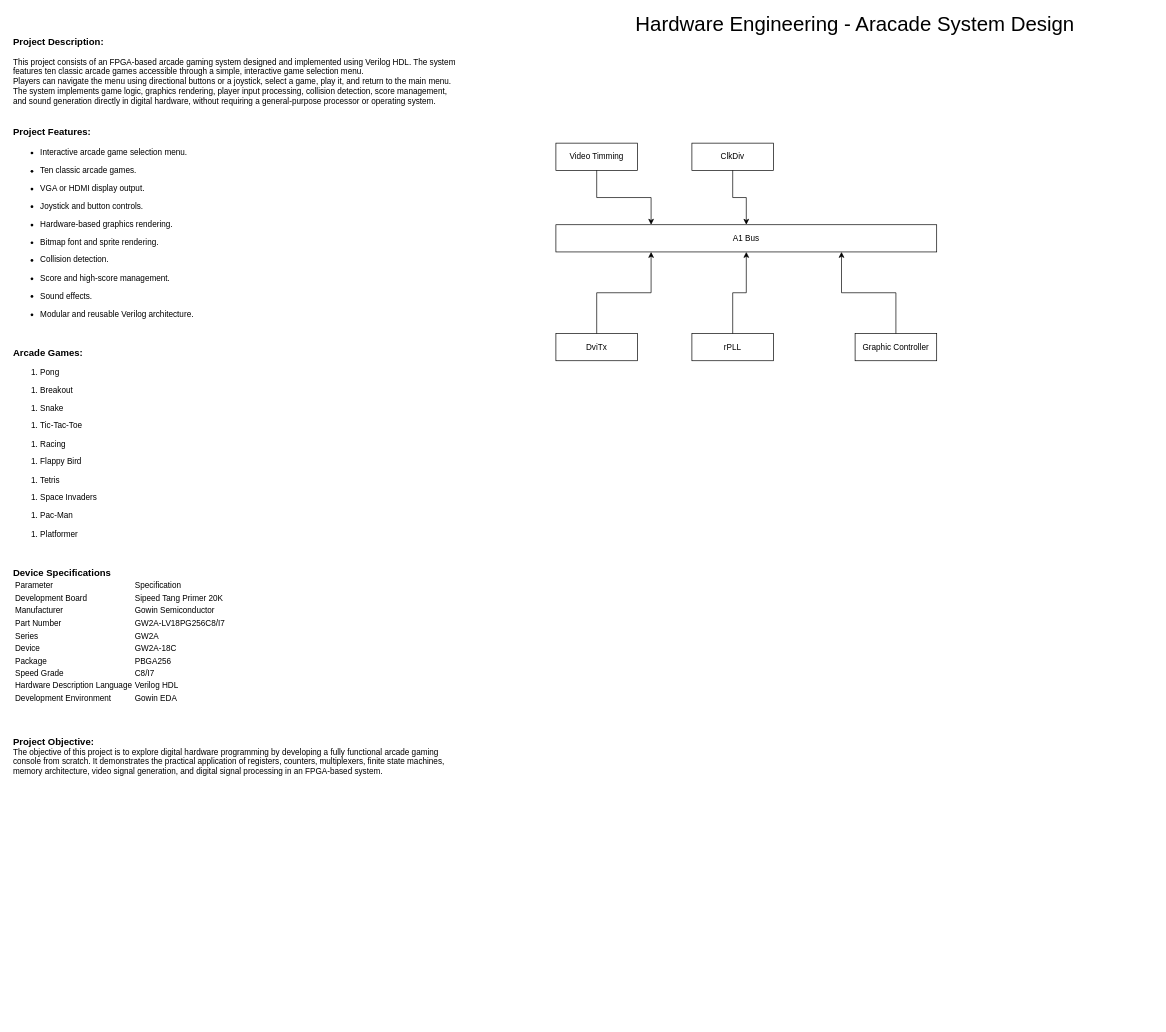
Earlier version of the draw.io diagram Arcade.drawio (brilliantnarlo/system-design-os). Source tidied: cells renumbered, new cells numbered last; positions are measured from the earlier drawing's top-left corner, leaving out a move shared by most shapes. Both pictures are drawn from the tidied source at 68%, with x=0, y=0 at pixel (12, 14).
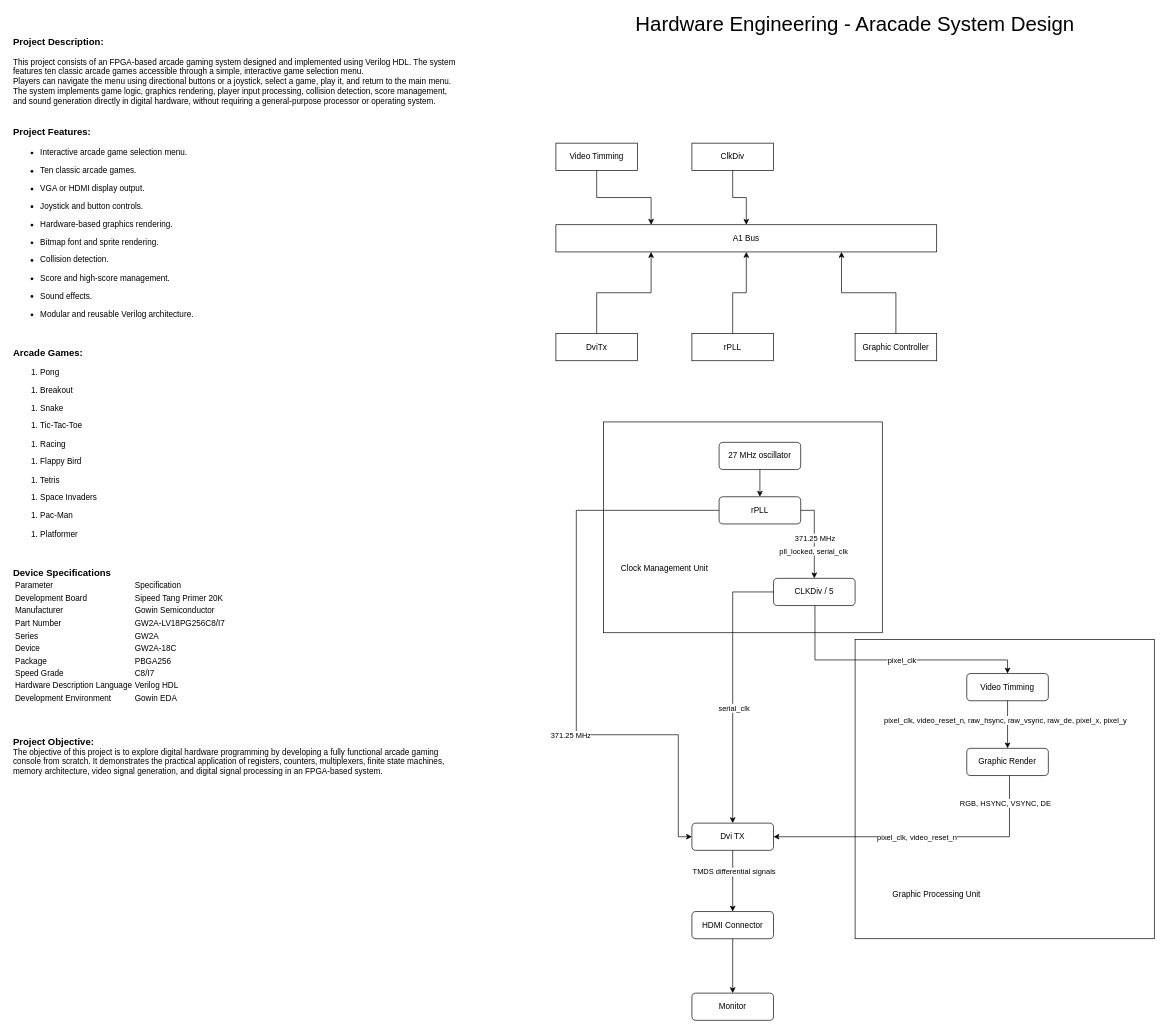
The same page after the edit.

Diff of the diagram source:
```diff
@@
+    <mxCell id="15" style="whiteSpace=wrap;html=1;" parent="1" vertex="1">
+      <mxGeometry x="1240" y="920" width="440" height="440" as="geometry" />
+    </mxCell>
+    <mxCell id="16" style="rounded=0;whiteSpace=wrap;html=1;" parent="1" vertex="1">
+      <mxGeometry x="870" y="600" width="410" height="310" as="geometry" />
+    </mxCell>
@@
+    <mxCell id="17" value="rPLL" style="rounded=1;whiteSpace=wrap;html=1;roundedPerimeter=1;" parent="1" vertex="1">
+      <mxGeometry x="1040" y="710" width="120" height="40" as="geometry" />
+    </mxCell>
+    <mxCell id="18" value="CLKDiv / 5" style="rounded=1;whiteSpace=wrap;html=1;roundedPerimeter=1;" parent="1" vertex="1">
+      <mxGeometry x="1120" y="830" width="120" height="40" as="geometry" />
+    </mxCell>
+    <mxCell id="19" value="27 MHz oscillator" style="rounded=1;whiteSpace=wrap;html=1;roundedPerimeter=1;" parent="1" vertex="1">
+      <mxGeometry x="1040" y="630" width="120" height="40" as="geometry" />
+    </mxCell>
+    <mxCell id="20" style="endArrow=classic;html=1;rounded=0;defaultLabelBackgroundColor=page;labelPadding=0 4;entryX=0.5;entryY=0;entryDx=0;entryDy=0;exitX=0.5;exitY=1;exitDx=0;exitDy=0;edgeStyle=orthogonalEdgeStyle;" parent="1" edge="1" source="19" target="17">
+      <mxGeometry relative="1" as="geometry" />
+    </mxCell>
+    <mxCell id="21" style="endArrow=classic;html=1;rounded=0;defaultLabelBackgroundColor=page;labelPadding=0 4;entryX=0.5;entryY=0;entryDx=0;entryDy=0;exitX=1.083;exitY=0.5;exitDx=0;exitDy=0;edgeStyle=orthogonalEdgeStyle;" parent="1" edge="1" source="17" target="18">
+      <mxGeometry relative="1" as="geometry" />
+    </mxCell>
+    <mxCell id="22" value="371.25 MHz" style="edgeLabel;html=1;inheritText=1;align=center;verticalAlign=middle;defaultLabelBackgroundColor=page;labelPadding=0 4;" parent="21" vertex="1">
+      <mxGeometry relative="1" as="geometry" />
+    </mxCell>
+    <mxCell id="23" value="pll_locked,&amp;nbsp;serial_clk" style="edgeLabel;html=1;align=center;verticalAlign=middle;inheritText=1;defaultLabelBackgroundColor=page;labelPadding=0 4;" parent="21" vertex="1">
+      <mxGeometry x="0.31" y="-2" relative="1" as="geometry" />
+    </mxCell>
+    <mxCell id="24" value="Dvi TX" style="rounded=1;whiteSpace=wrap;html=1;roundedPerimeter=1;" parent="1" vertex="1">
+      <mxGeometry x="1000" y="1190" width="120" height="40" as="geometry" />
+    </mxCell>
+    <mxCell id="25" style="endArrow=classic;html=1;rounded=0;defaultLabelBackgroundColor=page;labelPadding=0 4;entryX=0;entryY=0.5;entryDx=0;entryDy=0;exitX=0;exitY=0.5;exitDx=0;exitDy=0;edgeStyle=orthogonalEdgeStyle;" parent="1" edge="1" source="17" target="24">
+      <mxGeometry x="0.53" relative="1" as="geometry">
+        <Array as="points">
+          <mxPoint x="830" y="730" />
+          <mxPoint x="830" y="1060" />
+          <mxPoint x="980" y="1060" />
+          <mxPoint x="980" y="1210" />
+        </Array>
+      </mxGeometry>
+    </mxCell>
+    <mxCell id="26" value="371.25 MHz" style="edgeLabel;html=1;inheritText=1;align=center;verticalAlign=middle;defaultLabelBackgroundColor=page;labelPadding=0 4;" parent="25" vertex="1">
+      <mxGeometry x="0.53" relative="1" as="geometry">
+        <mxPoint x="-127" as="offset" />
+      </mxGeometry>
+    </mxCell>
+    <mxCell id="27" value="HDMI Connector" style="rounded=1;whiteSpace=wrap;html=1;roundedPerimeter=1;" parent="1" vertex="1">
+      <mxGeometry x="1000" y="1320" width="120" height="40" as="geometry" />
+    </mxCell>
+    <mxCell id="28" value="Monitor" style="rounded=1;whiteSpace=wrap;html=1;roundedPerimeter=1;" parent="1" vertex="1">
+      <mxGeometry x="1000" y="1440" width="120" height="40" as="geometry" />
+    </mxCell>
+    <mxCell id="29" style="endArrow=classic;html=1;rounded=0;defaultLabelBackgroundColor=page;labelPadding=0 4;exitX=0.5;exitY=1;exitDx=0;exitDy=0;entryX=0.5;entryY=0;entryDx=0;entryDy=0;edgeStyle=orthogonalEdgeStyle;" parent="1" edge="1" source="27" target="28">
+      <mxGeometry relative="1" as="geometry" />
+    </mxCell>
+    <mxCell id="30" style="endArrow=classic;html=1;rounded=0;defaultLabelBackgroundColor=page;labelPadding=0 4;exitX=0.5;exitY=1;exitDx=0;exitDy=0;edgeStyle=orthogonalEdgeStyle;" parent="1" edge="1" source="24" target="27">
+      <mxGeometry relative="1" as="geometry" />
+    </mxCell>
+    <mxCell id="31" value="TMDS differential signals" style="edgeLabel;html=1;align=center;verticalAlign=middle;inheritText=1;defaultLabelBackgroundColor=page;labelPadding=0 4;" parent="30" vertex="1">
+      <mxGeometry x="-0.31" y="1" relative="1" as="geometry" />
+    </mxCell>
+    <mxCell id="32" value="Video Timming" style="rounded=1;whiteSpace=wrap;html=1;roundedPerimeter=1;" parent="1" vertex="1">
+      <mxGeometry x="1404.2" y="970" width="120" height="40" as="geometry" />
+    </mxCell>
+    <mxCell id="33" value="Graphic Render" style="rounded=1;whiteSpace=wrap;html=1;roundedPerimeter=1;" parent="1" vertex="1">
+      <mxGeometry x="1404.2" y="1080" width="120" height="40" as="geometry" />
+    </mxCell>
+    <mxCell id="34" style="endArrow=classic;html=1;rounded=0;defaultLabelBackgroundColor=page;labelPadding=0 4;entryX=0.5;entryY=0;entryDx=0;entryDy=0;exitX=0.5;exitY=1;exitDx=0;exitDy=0;edgeStyle=orthogonalEdgeStyle;" parent="1" edge="1" source="32" target="33">
+      <mxGeometry relative="1" as="geometry" />
+    </mxCell>
+    <mxCell id="35" value="pixel_clk,&amp;nbsp;video_reset_n,&amp;nbsp;raw_hsync,&amp;nbsp;raw_vsync,&amp;nbsp;raw_de,&amp;nbsp;pixel_x,&amp;nbsp;pixel_y" style="edgeLabel;html=1;align=center;verticalAlign=middle;inheritText=1;defaultLabelBackgroundColor=page;labelPadding=0 4;" parent="34" vertex="1">
+      <mxGeometry x="-0.21" y="-4" relative="1" as="geometry" />
+    </mxCell>
+    <mxCell id="36" style="endArrow=classic;html=1;rounded=0;defaultLabelBackgroundColor=page;labelPadding=0 4;exitX=0.51;exitY=1.128;exitDx=0;exitDy=0;edgeStyle=orthogonalEdgeStyle;" parent="1" edge="1" source="18" target="32">
+      <mxGeometry x="0.02" relative="1" as="geometry">
+        <Array as="points">
+          <mxPoint x="1181" y="950" />
+          <mxPoint x="1464.2" y="950" />
+        </Array>
+      </mxGeometry>
+    </mxCell>
+    <mxCell id="37" value="pixel_clk" style="edgeLabel;html=1;align=center;verticalAlign=middle;inheritText=1;defaultLabelBackgroundColor=page;labelPadding=0 4;" parent="36" vertex="1">
+      <mxGeometry x="-0.09" y="-4" relative="1" as="geometry">
+        <mxPoint x="34" y="-4" as="offset" />
+      </mxGeometry>
+    </mxCell>
+    <mxCell id="38" style="endArrow=classic;html=1;rounded=0;defaultLabelBackgroundColor=page;labelPadding=0 4;entryX=1;entryY=0.5;entryDx=0;entryDy=0;exitX=0.531;exitY=1.154;exitDx=0;exitDy=0;edgeStyle=orthogonalEdgeStyle;" parent="1" edge="1" source="33" target="24">
+      <mxGeometry relative="1" as="geometry" />
+    </mxCell>
+    <mxCell id="39" value="pixel_clk, video_reset_n" style="edgeLabel;html=1;align=center;verticalAlign=middle;inheritText=1;defaultLabelBackgroundColor=page;labelPadding=0 4;" parent="38" vertex="1">
+      <mxGeometry x="0.4" y="3" relative="1" as="geometry">
+        <mxPoint x="79" y="-3" as="offset" />
+      </mxGeometry>
+    </mxCell>
+    <mxCell id="40" value="RGB, HSYNC, VSYNC, DE" style="edgeLabel;html=1;align=center;verticalAlign=middle;inheritText=1;defaultLabelBackgroundColor=page;labelPadding=0 4;" parent="38" vertex="1">
+      <mxGeometry x="-0.51" relative="1" as="geometry">
+        <mxPoint x="10" y="-50" as="offset" />
+      </mxGeometry>
+    </mxCell>
+    <mxCell id="41" style="endArrow=classic;html=1;rounded=0;defaultLabelBackgroundColor=page;labelPadding=0 4;exitX=0;exitY=0.5;exitDx=0;exitDy=0;entryX=0.5;entryY=0;entryDx=0;entryDy=0;edgeStyle=orthogonalEdgeStyle;" parent="1" edge="1" source="18" target="24">
+      <mxGeometry relative="1" as="geometry" />
+    </mxCell>
+    <mxCell id="42" value="serial_clk" style="edgeLabel;html=1;align=center;verticalAlign=middle;inheritText=1;defaultLabelBackgroundColor=page;labelPadding=0 4;" parent="41" vertex="1">
+      <mxGeometry x="0.15" y="1" relative="1" as="geometry" />
+    </mxCell>
+    <mxCell id="43" value="Clock Management Unit" style="text;html=1;whiteSpace=wrap;strokeColor=none;fillColor=none;align=center;verticalAlign=middle;rounded=0;" parent="1" vertex="1">
+      <mxGeometry x="890" y="800" width="140" height="30" as="geometry" />
+    </mxCell>
+    <mxCell id="44" value="Graphic Processing Unit" style="text;html=1;whiteSpace=wrap;strokeColor=none;fillColor=none;align=center;verticalAlign=middle;rounded=0;" parent="1" vertex="1">
+      <mxGeometry x="1290" y="1280" width="140" height="30" as="geometry" />
+    </mxCell>
```
